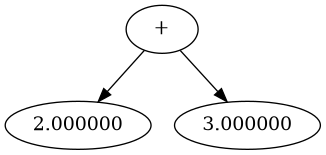
This is GraphViz/dump_file.png from Stan1slavssKy/Differentiator, a Graphviz export, as it was before one commit. Its source is kept beside it as GraphViz/dump_file.dot.
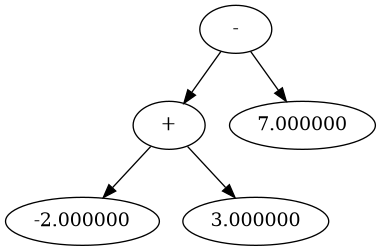
The same diagram one commit later.

What changed in the source:
```diff
@@ -1,5 +1,7 @@
 digraph Differentiator
 {
-		"+" -> "2.000000";
+		"-" -> "+";
+		"-" -> "7.000000";
+		"+" -> "-2.000000";
 		"+" -> "3.000000";
 }
```
